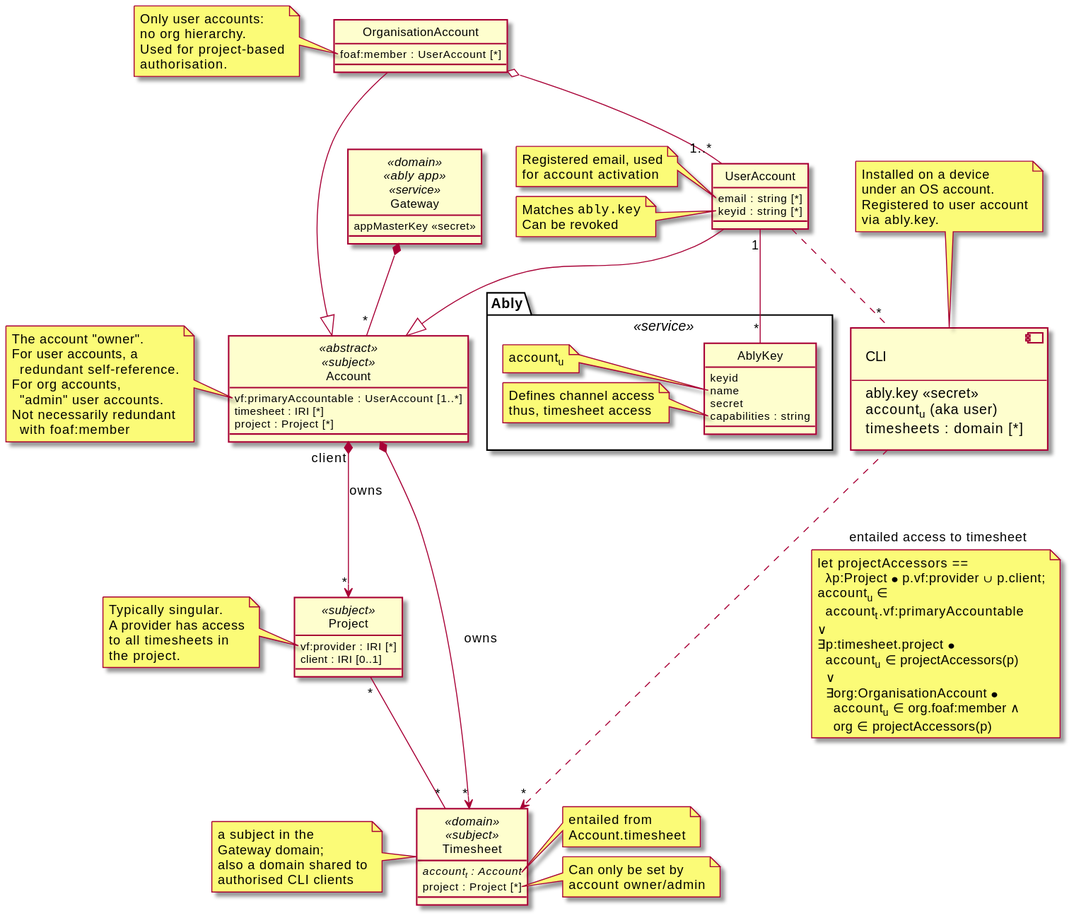
Earlier version of the PlantUML export architecture/security/img/accounts.class.svg (m-ld/timeld).
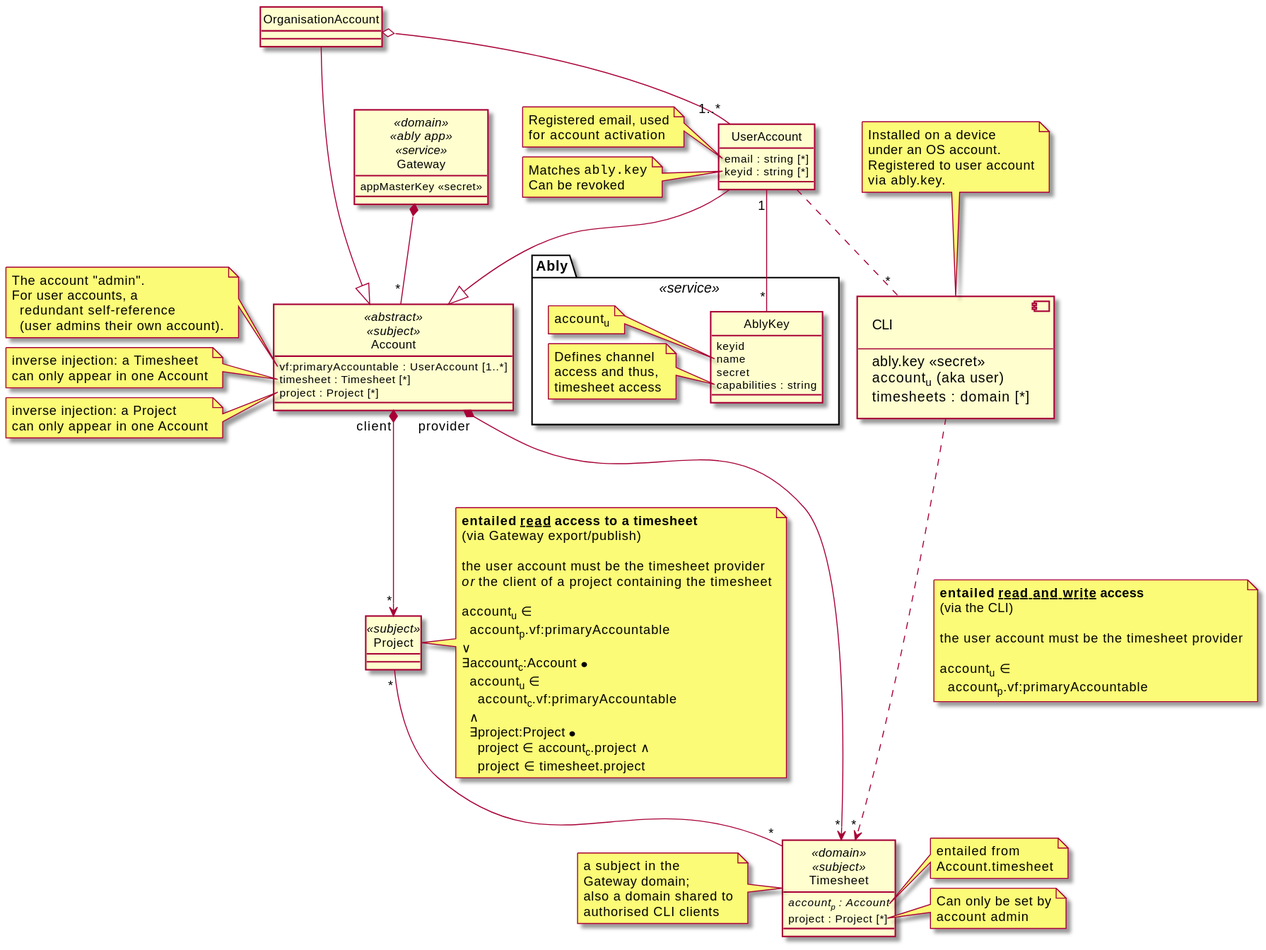
Above is the later version.

Commit message:
#16: Security refinement: a timesheet can only be edited via its owning account; can additionally be read by a project client

What changed in the source:
```diff
@@ -11,22 +11,27 @@
 
 class Account <<abstract>> <<subject>> {
   vf:primaryAccountable : UserAccount [1..*]
-  timesheet : IRI [*]
+  timesheet : Timesheet [*]
   project : Project [*]
 }
 note left of Account::vf:primaryAccountable
-  The account "owner".
+  The account "admin".
   For user accounts, a
-    redundant self-reference.
-  For org accounts,
-    "admin" user accounts.
-  Not necessarily redundant
-    with foaf:member
+    redundant self-reference
+    (user admins their own account).
+end note
+note left of Account::timesheet
+  inverse injection: a Timesheet
+  can only appear in one Account
+end note
+note left of Account::project
+  inverse injection: a Project
+  can only appear in one Account
 end note
 
-Account *--> "*" Timesheet: owns
+Account "provider" *--> "*" Timesheet
 
-Account "client" *--> "*" Project: owns
+Account "client" *--> "*" Project
 
 class UserAccount {
   email : string [*]
@@ -43,19 +48,12 @@
 UserAccount --|> Account
 
 class OrganisationAccount {
-  foaf:member : UserAccount [*]
 }
-note left of OrganisationAccount::foaf:member
-  Only user accounts:
-  no org hierarchy.
-  Used for project-based
-  authorisation.
-end note
 OrganisationAccount --|> Account
 OrganisationAccount o-- "1..*" UserAccount
 
 class Timesheet <<domain>> <<subject>> {
-  //account<sub>t</sub> : Account//
+  //account<sub>p</sub> : Account//
   project : Project [*]
 }
 note left of Timesheet
@@ -70,18 +68,28 @@
 end note
 note right of Timesheet::project
   Can only be set by
-  account owner/admin
+  account admin
 end note
 
 class Project <<subject>> {
-  vf:provider : IRI [*]
-  client : IRI [0..1]
 }
-note left of Project::vf:provider
-  Typically singular.
-  A provider has access
-  to all timesheets in
-  the project.
+note right of Project
+  **entailed __read__ access to a timesheet**
+  (via Gateway export/publish)
+
+  the user account must be the timesheet provider
+  //or// the client of a project containing the timesheet
+
+  account<sub>u</sub> ∈
+    account<sub>p</sub>.vf:primaryAccountable
+  ∨
+  ∃account<sub>c</sub>:Account ⦁
+    account<sub>u</sub> ∈
+      account<sub>c</sub>.vf:primaryAccountable
+    ∧
+    ∃project:Project ⦁
+      project ∈ account<sub>c</sub>.project ∧
+      project ∈ timesheet.project
 end note
 
 Project "*" -- "*" Timesheet
@@ -103,19 +111,15 @@
 
 UserAccount .. "*" CLI
 
-CLI ..> "*" Timesheet: entailed access to timesheet
+CLI ..> "*" Timesheet
 note bottom on link
-  let projectAccessors ==
-    λp:Project ⦁ p.vf:provider ∪ p.client;
+  **entailed __read and write__ access**
+  (via the CLI)
+
+  the user account must be the timesheet provider
+
   account<sub>u</sub> ∈
-    account<sub>t</sub>.vf:primaryAccountable
-  ∨
-  ∃p:timesheet.project ⦁
-    account<sub>u</sub> ∈ projectAccessors(p)
-    ∨
-    ∃org:OrganisationAccount ⦁
-      account<sub>u</sub> ∈ org.foaf:member ∧
-      org ∈ projectAccessors(p)
+    account<sub>p</sub>.vf:primaryAccountable
 end note
 
 package Ably <<service>> {
@@ -129,8 +133,9 @@
     account<sub>u</sub>
   end note
   note left of AblyKey::capabilities
-    Defines channel access
-    thus, timesheet access
+    Defines channel
+    access and thus,
+    timesheet access
   end note
 
   UserAccount "1" -- "*" AblyKey
```
